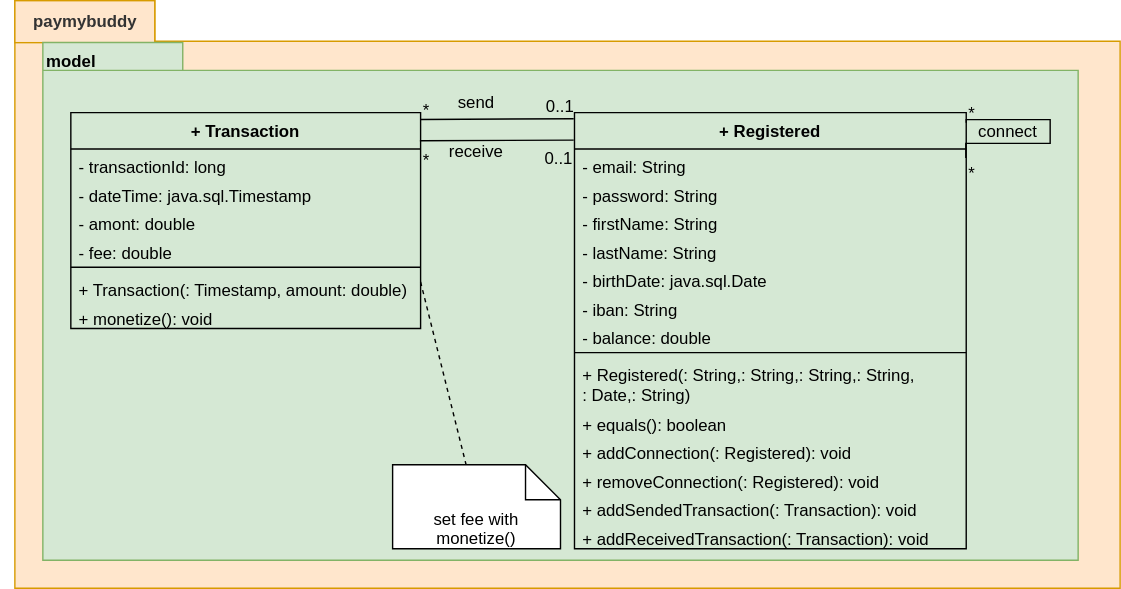
Earlier version of the draw.io export UML/payMyBuddyUML-ModelClasses.svg (emmo78/com.paymybuddy.paymybuddy). Source tidied: cells renumbered, new cells last; positions are measured from the earlier drawing's top-left corner, leaving out a move shared by most shapes.
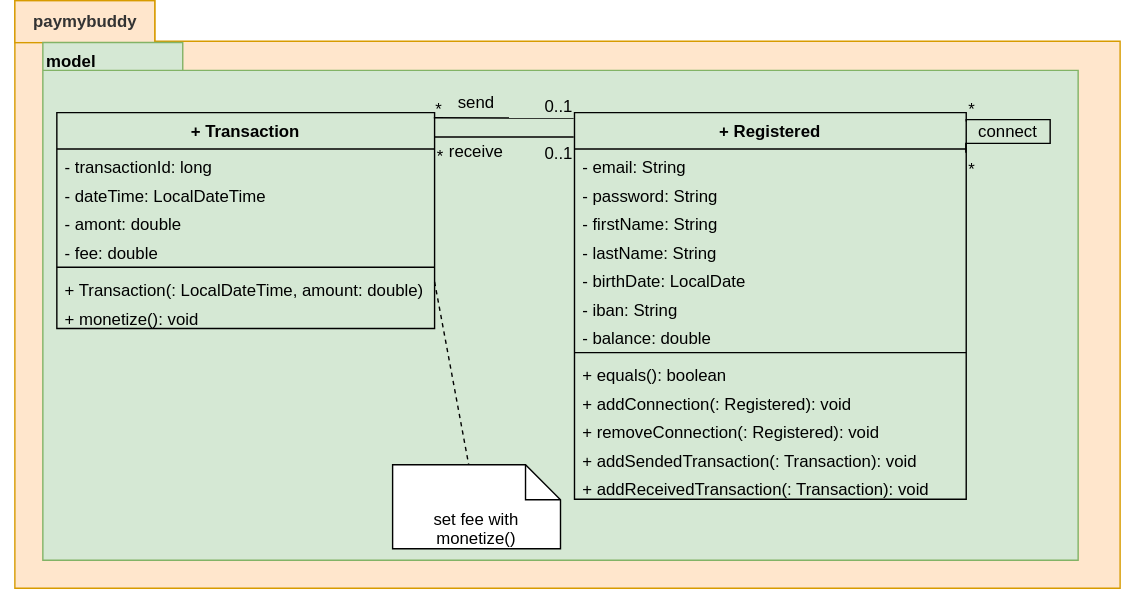
After the commit.

Change to the diagram source:
```diff
@@ -15,7 +15,7 @@
       <mxGeometry y="20" width="100" height="40" as="geometry" />
     </mxCell>
     <mxCell id="6" value="+ Registered" style="swimlane;fontStyle=1;align=center;verticalAlign=top;horizontal=1;startSize=26;fillColor=#d5e8d4;strokeColor=#000000;" parent="1" vertex="1">
-      <mxGeometry x="410" y="80" width="280" height="311.7" as="geometry" />
+      <mxGeometry x="410" y="80" width="280" height="276.4" as="geometry" />
     </mxCell>
     <mxCell id="7" value="- email: String" style="text;strokeColor=none;fillColor=none;align=left;verticalAlign=top;spacingLeft=4;spacingRight=4;overflow=hidden;" parent="6" vertex="1">
       <mxGeometry y="26" width="280" height="20.3" as="geometry" />
@@ -29,7 +29,7 @@
     <mxCell id="10" value="- lastName: String" style="text;strokeColor=none;fillColor=none;align=left;verticalAlign=top;spacingLeft=4;spacingRight=4;overflow=hidden;" parent="6" vertex="1">
       <mxGeometry y="87" width="280" height="20.3" as="geometry" />
     </mxCell>
-    <mxCell id="11" value="- birthDate: java.sql.Date" style="text;strokeColor=none;fillColor=none;align=left;verticalAlign=top;spacingLeft=4;spacingRight=4;overflow=hidden;" parent="6" vertex="1">
+    <mxCell id="11" value="- birthDate: LocalDate" style="text;strokeColor=none;fillColor=none;align=left;verticalAlign=top;spacingLeft=4;spacingRight=4;overflow=hidden;" parent="6" vertex="1">
       <mxGeometry y="107.4" width="280" height="20.3" as="geometry" />
     </mxCell>
     <mxCell id="12" value="- iban: String" style="text;strokeColor=none;fillColor=none;align=left;verticalAlign=top;spacingLeft=4;spacingRight=4;overflow=hidden;" parent="6" vertex="1">
@@ -41,47 +41,44 @@
     <mxCell id="14" style="line;strokeWidth=1;fillColor=none;align=left;verticalAlign=middle;spacingTop=-1;spacingLeft=3;spacingRight=3;labelPosition=right;" parent="6" vertex="1">
       <mxGeometry y="168.4" width="280" height="6.3" as="geometry" />
     </mxCell>
-    <mxCell id="15" value="+ Registered(: String,: String,: String,: String,&#10;: Date,: String)" style="text;strokeColor=none;fillColor=none;align=left;verticalAlign=top;spacingLeft=4;spacingRight=4;overflow=hidden;" parent="6" vertex="1">
-      <mxGeometry y="174.7" width="280" height="35.3" as="geometry" />
-    </mxCell>
     <mxCell id="16" value="+ equals(): boolean" style="text;strokeColor=none;fillColor=none;align=left;verticalAlign=top;spacingLeft=4;spacingRight=4;overflow=hidden;" parent="6" vertex="1">
-      <mxGeometry y="210" width="280" height="20.3" as="geometry" />
+      <mxGeometry y="174.7" width="280" height="20.3" as="geometry" />
     </mxCell>
     <mxCell id="17" value="+ addConnection(: Registered): void" style="text;strokeColor=none;fillColor=none;align=left;verticalAlign=top;spacingLeft=4;spacingRight=4;overflow=hidden;" parent="6" vertex="1">
-      <mxGeometry y="230.3" width="280" height="20.3" as="geometry" />
+      <mxGeometry y="195" width="280" height="20.3" as="geometry" />
     </mxCell>
     <mxCell id="18" value="+ removeConnection(: Registered): void" style="text;strokeColor=none;fillColor=none;align=left;verticalAlign=top;spacingLeft=4;spacingRight=4;overflow=hidden;" parent="6" vertex="1">
-      <mxGeometry y="250.7" width="280" height="20.3" as="geometry" />
+      <mxGeometry y="215.4" width="280" height="20.3" as="geometry" />
     </mxCell>
     <mxCell id="19" value="+ addSendedTransaction(: Transaction): void" style="text;strokeColor=none;fillColor=none;align=left;verticalAlign=top;spacingLeft=4;spacingRight=4;overflow=hidden;" parent="6" vertex="1">
-      <mxGeometry y="271" width="280" height="20.3" as="geometry" />
+      <mxGeometry y="235.7" width="280" height="20.3" as="geometry" />
     </mxCell>
     <mxCell id="20" value="+ addReceivedTransaction(: Transaction): void" style="text;strokeColor=none;fillColor=none;align=left;verticalAlign=top;spacingLeft=4;spacingRight=4;overflow=hidden;" parent="6" vertex="1">
-      <mxGeometry y="291.4" width="280" height="20.3" as="geometry" />
+      <mxGeometry y="256" width="280" height="20.3" as="geometry" />
     </mxCell>
     <mxCell id="21" value="+ Transaction" style="swimlane;fontStyle=1;align=center;verticalAlign=top;horizontal=1;startSize=26;fillColor=#d5e8d4;strokeColor=#000000;" parent="1" vertex="1">
-      <mxGeometry x="50" y="80" width="250" height="154.3" as="geometry" />
+      <mxGeometry x="40" y="80" width="270" height="154.3" as="geometry" />
     </mxCell>
     <mxCell id="22" value="- transactionId: long" style="text;strokeColor=none;fillColor=none;align=left;verticalAlign=top;spacingLeft=4;spacingRight=4;overflow=hidden;" parent="21" vertex="1">
-      <mxGeometry y="26" width="250" height="20.3" as="geometry" />
+      <mxGeometry y="26" width="270" height="20.3" as="geometry" />
     </mxCell>
-    <mxCell id="23" value="- dateTime: java.sql.Timestamp" style="text;strokeColor=none;fillColor=none;align=left;verticalAlign=top;spacingLeft=4;spacingRight=4;overflow=hidden;" parent="21" vertex="1">
-      <mxGeometry y="46.3" width="250" height="20.3" as="geometry" />
+    <mxCell id="23" value="- dateTime: LocalDateTime" style="text;strokeColor=none;fillColor=none;align=left;verticalAlign=top;spacingLeft=4;spacingRight=4;overflow=hidden;" parent="21" vertex="1">
+      <mxGeometry y="46.3" width="270" height="20.3" as="geometry" />
     </mxCell>
     <mxCell id="24" value="- amont: double" style="text;strokeColor=none;fillColor=none;align=left;verticalAlign=top;spacingLeft=4;spacingRight=4;overflow=hidden;" parent="21" vertex="1">
-      <mxGeometry y="66.7" width="250" height="20.3" as="geometry" />
+      <mxGeometry y="66.7" width="270" height="20.3" as="geometry" />
     </mxCell>
     <mxCell id="25" value="- fee: double" style="text;strokeColor=none;fillColor=none;align=left;verticalAlign=top;spacingLeft=4;spacingRight=4;overflow=hidden;" parent="21" vertex="1">
-      <mxGeometry y="87" width="250" height="20.3" as="geometry" />
+      <mxGeometry y="87" width="270" height="20.3" as="geometry" />
     </mxCell>
     <mxCell id="26" style="line;strokeWidth=1;fillColor=none;align=left;verticalAlign=middle;spacingTop=-1;spacingLeft=3;spacingRight=3;labelPosition=right;" parent="21" vertex="1">
-      <mxGeometry y="107.4" width="250" height="6.3" as="geometry" />
+      <mxGeometry y="107.4" width="270" height="6.3" as="geometry" />
     </mxCell>
-    <mxCell id="27" value="+ Transaction(: Timestamp, amount: double)" style="text;strokeColor=none;fillColor=none;align=left;verticalAlign=top;spacingLeft=4;spacingRight=4;overflow=hidden;points=[[0,0.5],[1,0.5]];portConstraint=eastwest;" parent="21" vertex="1">
-      <mxGeometry y="113.6" width="250" height="20.3" as="geometry" />
+    <mxCell id="27" value="+ Transaction(: LocalDateTime, amount: double)" style="text;strokeColor=none;fillColor=none;align=left;verticalAlign=top;spacingLeft=4;spacingRight=4;overflow=hidden;points=[[0,0.5],[1,0.5]];portConstraint=eastwest;" parent="21" vertex="1">
+      <mxGeometry y="113.6" width="270" height="20.3" as="geometry" />
     </mxCell>
     <mxCell id="28" value="+ monetize(): void" style="text;strokeColor=none;fillColor=none;align=left;verticalAlign=top;spacingLeft=4;spacingRight=4;overflow=hidden;" parent="21" vertex="1">
-      <mxGeometry y="134" width="250" height="20.3" as="geometry" />
+      <mxGeometry y="134" width="270" height="20.3" as="geometry" />
     </mxCell>
     <mxCell id="29" value="send" style="text;html=1;strokeColor=none;fillColor=none;align=center;verticalAlign=middle;whiteSpace=wrap;rounded=0;" parent="1" vertex="1">
       <mxGeometry x="310" y="65" width="60" height="15" as="geometry" />
@@ -107,7 +104,7 @@
         <mxPoint y="-2" as="offset" />
       </mxGeometry>
     </mxCell>
-    <mxCell id="34" style="endArrow=none;html=1;rounded=0;align=center;verticalAlign=top;endFill=0;labelBackgroundColor=none;entryX=-0.002;entryY=0.014;entryDx=0;entryDy=0;strokeColor=#000000;entryPerimeter=0;exitX=0.999;exitY=0.032;exitDx=0;exitDy=0;exitPerimeter=0;" parent="1" edge="1" source="21" target="6">
+    <mxCell id="34" style="endArrow=none;html=1;rounded=0;align=center;verticalAlign=top;endFill=0;labelBackgroundColor=none;entryX=-0.002;entryY=0.014;entryDx=0;entryDy=0;strokeColor=#000000;entryPerimeter=0;exitX=0.998;exitY=0.024;exitDx=0;exitDy=0;exitPerimeter=0;" parent="1" edge="1" source="21" target="6">
       <mxGeometry relative="1" as="geometry" />
     </mxCell>
     <mxCell id="35" value="*" style="html=1;align=left;verticalAlign=top;labelBackgroundColor=none;" parent="34" vertex="1">
@@ -118,7 +115,7 @@
     <mxCell id="36" value="&lt;span style=&quot;text-align: left&quot;&gt;0..1&lt;/span&gt;" style="html=1;align=right;verticalAlign=bottom;labelBackgroundColor=none;" parent="34" vertex="1">
       <mxGeometry x="1" relative="1" as="geometry" />
     </mxCell>
-    <mxCell id="37" style="endArrow=none;html=1;rounded=0;align=center;verticalAlign=top;endFill=0;labelBackgroundColor=none;strokeColor=#000000;entryX=-0.002;entryY=0.063;entryDx=0;entryDy=0;entryPerimeter=0;exitX=0.998;exitY=0.13;exitDx=0;exitDy=0;exitPerimeter=0;" parent="1" edge="1" source="21" target="6">
+    <mxCell id="37" style="endArrow=none;html=1;rounded=0;align=center;verticalAlign=top;endFill=0;labelBackgroundColor=none;strokeColor=#000000;entryX=-0.002;entryY=0.063;entryDx=0;entryDy=0;entryPerimeter=0;exitX=1;exitY=0.113;exitDx=0;exitDy=0;exitPerimeter=0;" parent="1" edge="1" source="21" target="6">
       <mxGeometry relative="1" as="geometry" />
     </mxCell>
     <mxCell id="38" value="*" style="html=1;align=left;verticalAlign=top;labelBackgroundColor=none;" parent="37" vertex="1">
```
